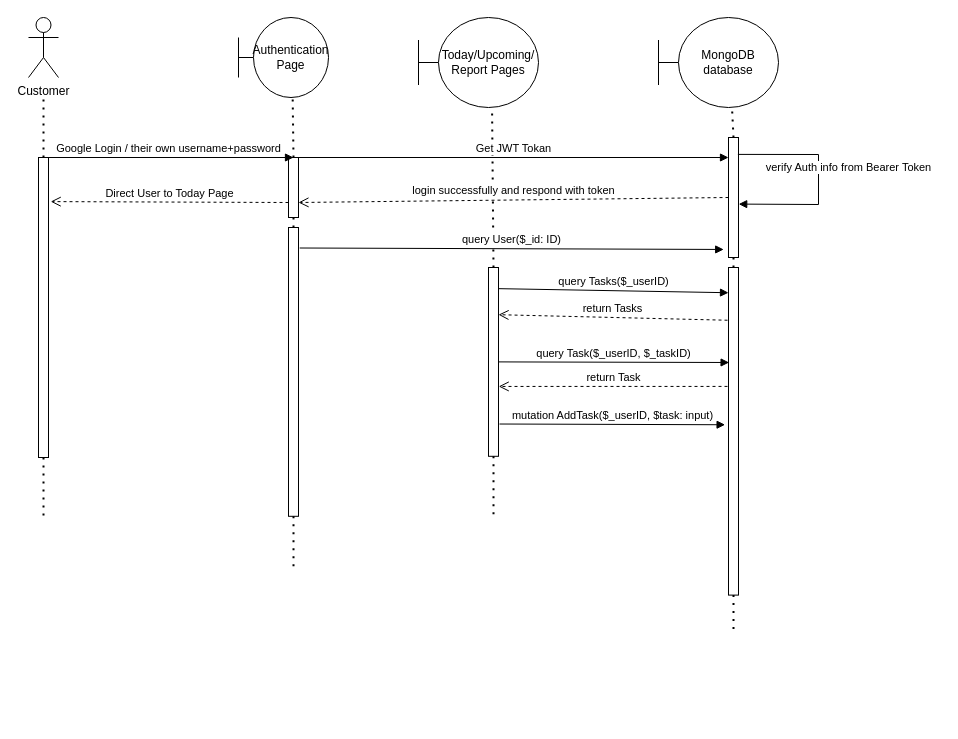
ViNguyen3747/Voice-Powered-Self-Productivity keeps this draw.io diagram as images/Dynamic Model Diagram.drawio. Above is the earlier version. Source tidied: cells renumbered, new cells numbered last; positions are measured from the earlier drawing's top-left corner, leaving out a move shared by most shapes. Both pictures are drawn from the tidied source at 100%, with x=0, y=0 at pixel (28, 17).
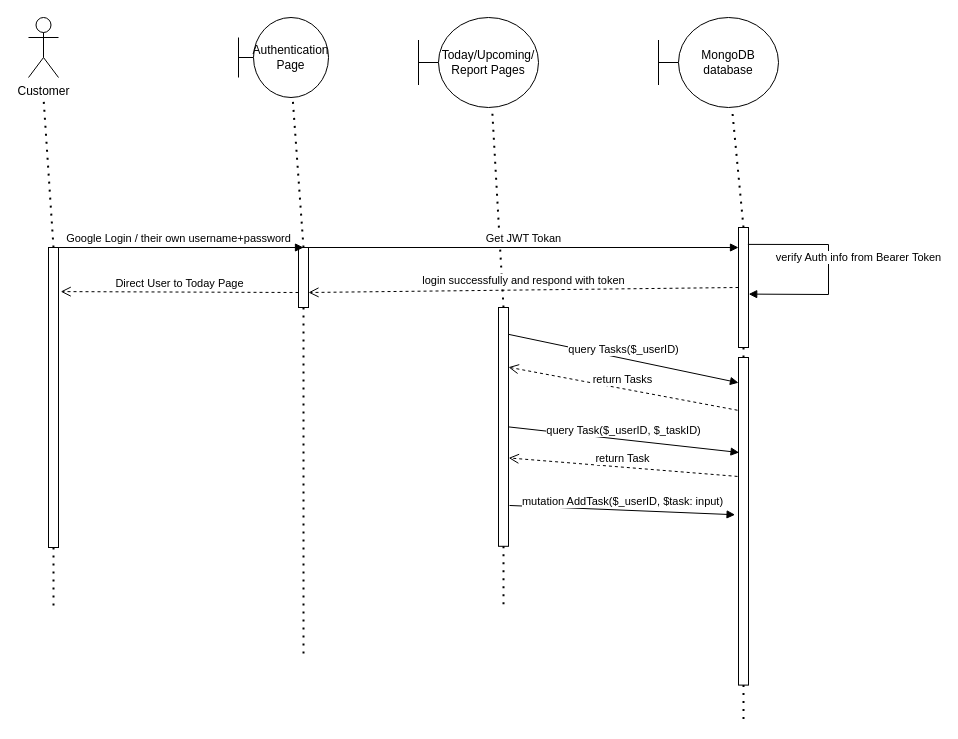
After the change.

What changed in the source:
```diff
@@
     <mxCell id="3" style="rounded=0;whiteSpace=wrap;html=1;" parent="1" vertex="1">
-      <mxGeometry x="10" y="140" width="10" height="300" as="geometry" />
+      <mxGeometry x="20" y="230" width="10" height="300" as="geometry" />
     </mxCell>
@@
     <mxCell id="5" style="endArrow=none;dashed=1;html=1;dashPattern=1 3;strokeWidth=2;rounded=0;exitX=0.5;exitY=1;exitDx=0;exitDy=0;" parent="1" edge="1" source="3">
       <mxGeometry relative="1" as="geometry">
-        <mxPoint x="15" y="501.6" as="targetPoint" />
+        <mxPoint x="25" y="591.6" as="targetPoint" />
       </mxGeometry>
     </mxCell>
@@
     <mxCell id="7" style="rounded=0;whiteSpace=wrap;html=1;" parent="1" vertex="1">
-      <mxGeometry x="260" y="140" width="10" height="60" as="geometry" />
+      <mxGeometry x="270" y="230" width="10" height="60" as="geometry" />
     </mxCell>
@@
-    <mxCell id="9" style="endArrow=none;dashed=1;html=1;dashPattern=1 3;strokeWidth=2;rounded=0;exitX=0.5;exitY=1;exitDx=0;exitDy=0;" parent="1" edge="1" source="7">
-      <mxGeometry relative="1" as="geometry">
-        <mxPoint x="265" y="210" as="targetPoint" />
-      </mxGeometry>
-    </mxCell>
@@
     <mxCell id="12" style="rounded=0;whiteSpace=wrap;html=1;" parent="1" vertex="1">
-      <mxGeometry x="460" y="250" width="10" height="188.8" as="geometry" />
+      <mxGeometry x="470" y="290" width="10" height="238.8" as="geometry" />
     </mxCell>
@@
     <mxCell id="14" style="endArrow=none;dashed=1;html=1;dashPattern=1 3;strokeWidth=2;rounded=0;exitX=0.5;exitY=1;exitDx=0;exitDy=0;" parent="1" edge="1" source="12">
       <mxGeometry relative="1" as="geometry">
-        <mxPoint x="465" y="500.4" as="targetPoint" />
+        <mxPoint x="475" y="590.4" as="targetPoint" />
       </mxGeometry>
     </mxCell>
@@
     <mxCell id="16" style="rounded=0;whiteSpace=wrap;html=1;" parent="1" vertex="1">
-      <mxGeometry x="700" y="120" width="10" height="120" as="geometry" />
+      <mxGeometry x="710" y="210" width="10" height="120" as="geometry" />
     </mxCell>
@@
     <mxCell id="19" style="rounded=0;whiteSpace=wrap;html=1;" parent="1" vertex="1">
-      <mxGeometry x="700" y="250" width="10" height="327.6" as="geometry" />
+      <mxGeometry x="710" y="340" width="10" height="327.6" as="geometry" />
     </mxCell>
     <mxCell id="20" style="endArrow=none;dashed=1;html=1;dashPattern=1 3;strokeWidth=2;rounded=0;entryX=0.5;entryY=1;entryDx=0;entryDy=0;" parent="1" edge="1" target="19">
       <mxGeometry relative="1" as="geometry">
-        <mxPoint x="705" y="611.6" as="sourcePoint" />
+        <mxPoint x="715" y="701.6" as="sourcePoint" />
       </mxGeometry>
     </mxCell>
@@
     <mxCell id="22" value="Get JWT Tokan" style="html=1;verticalAlign=bottom;endArrow=block;rounded=0;exitX=1;exitY=0;exitDx=0;exitDy=0;" parent="1" edge="1" source="7">
       <mxGeometry relative="1" as="geometry">
-        <mxPoint x="700" y="140" as="targetPoint" />
+        <mxPoint x="710" y="230" as="targetPoint" />
       </mxGeometry>
     </mxCell>
@@
-    <mxCell id="24" style="rounded=0;whiteSpace=wrap;html=1;" parent="1" vertex="1">
-      <mxGeometry x="260" y="210" width="10" height="288.8" as="geometry" />
-    </mxCell>
-    <mxCell id="25" style="endArrow=none;dashed=1;html=1;dashPattern=1 3;strokeWidth=2;rounded=0;exitX=0.5;exitY=1;exitDx=0;exitDy=0;" parent="1" edge="1" source="24">
+    <mxCell id="25" style="endArrow=none;dashed=1;html=1;dashPattern=1 3;strokeWidth=2;rounded=0;exitX=0.5;exitY=1;exitDx=0;exitDy=0;" parent="1" edge="1" source="7">
       <mxGeometry relative="1" as="geometry">
-        <mxPoint x="265" y="550" as="targetPoint" />
+        <mxPoint x="275" y="640" as="targetPoint" />
       </mxGeometry>
     </mxCell>
     <mxCell id="26" value="verify Auth info from Bearer Token" style="html=1;verticalAlign=bottom;endArrow=block;rounded=0;exitX=0.94;exitY=0.074;exitDx=0;exitDy=0;exitPerimeter=0;entryX=1.02;entryY=0.291;entryDx=0;entryDy=0;entryPerimeter=0;" parent="1" edge="1">
       <mxGeometry x="-0.02" y="30" relative="1" as="geometry">
-        <mxPoint x="709.4" y="136.9" as="sourcePoint" />
-        <mxPoint x="710.2" y="186.6" as="targetPoint" />
+        <mxPoint x="719.4" y="226.9" as="sourcePoint" />
+        <mxPoint x="720.2" y="276.6" as="targetPoint" />
         <Array as="points">
-          <mxPoint x="790" y="137" />
-          <mxPoint x="790" y="187" />
+          <mxPoint x="800" y="227" />
+          <mxPoint x="800" y="277" />
         </Array>
       </mxGeometry>
     </mxCell>
-    <mxCell id="27" value="query User($_id: ID)" style="html=1;verticalAlign=bottom;endArrow=block;rounded=0;exitX=1.12;exitY=0.071;exitDx=0;exitDy=0;exitPerimeter=0;entryX=-0.48;entryY=0.933;entryDx=0;entryDy=0;entryPerimeter=0;" parent="1" edge="1" source="24" target="16">
-      <mxGeometry relative="1" as="geometry" />
-    </mxCell>
```
